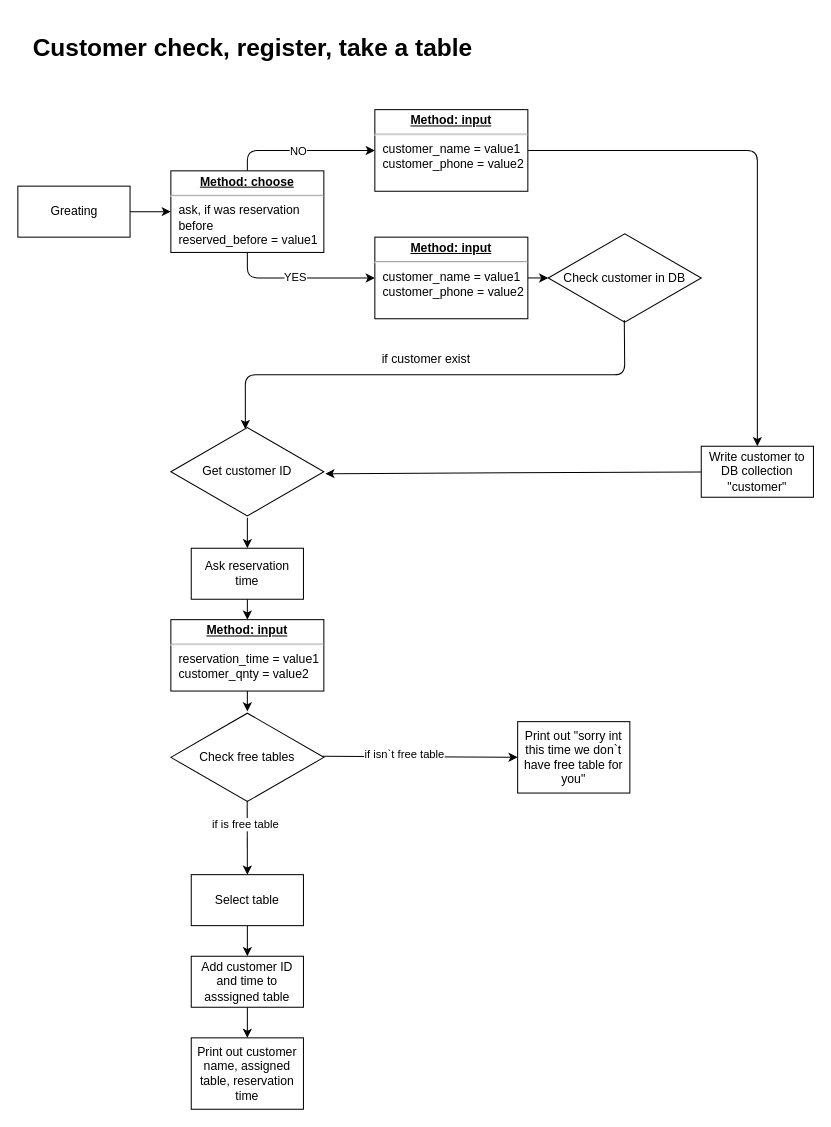
Earlier version of the draw.io diagram page "customer" (2 of 2) of draw_dio/mongodb.dio (giedriuzz/cafeteria). Source tidied: cells renumbered, new cells numbered last; positions are measured from the earlier drawing's top-left corner, leaving out a move shared by most shapes. Both pictures are drawn from the tidied source at 102%, with x=0, y=0 at pixel (17, 28).
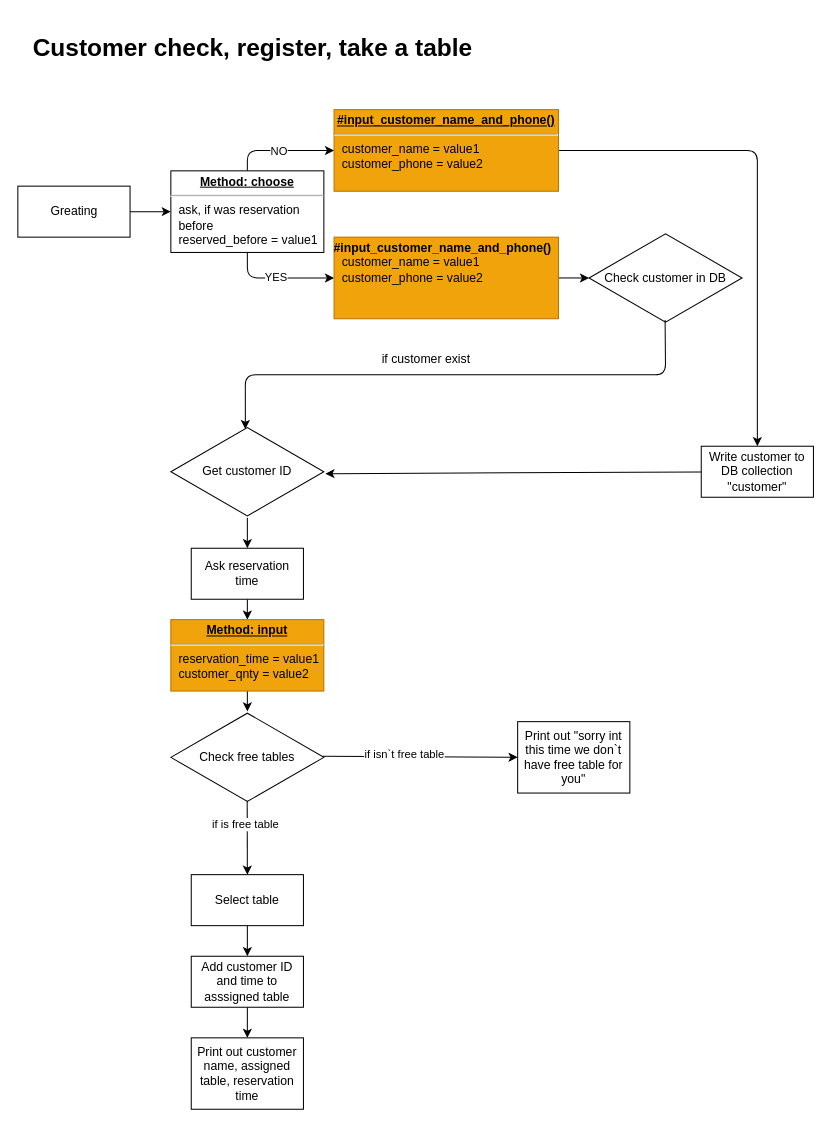
Above is the later version.

Unchanged cells that the change refers to:
```xml
<mxCell id="23" value="Get customer ID" style="html=1;whiteSpace=wrap;shape=isoRectangle;" parent="1" vertex="1">
  <mxGeometry x="150" y="390" width="150" height="90" as="geometry" />
</mxCell>
```

The edit, as a diff of the source:
```diff
@@
-    <mxCell id="5" value="&lt;p style=&quot;margin:0px;margin-top:4px;text-align:center;text-decoration:underline;&quot;&gt;&lt;b&gt;Method: input&lt;/b&gt;&lt;/p&gt;&lt;hr&gt;&lt;p style=&quot;margin:0px;margin-left:8px;&quot;&gt;customer_name = value1&lt;br&gt;customer_phone = value2&lt;br&gt;&lt;/p&gt;" style="verticalAlign=top;align=left;overflow=fill;fontSize=12;fontFamily=Helvetica;html=1;" parent="1" vertex="1">
-      <mxGeometry x="350" y="80" width="150" height="80" as="geometry" />
+    <mxCell id="5" value="&lt;p style=&quot;margin:0px;margin-top:4px;text-align:center;text-decoration:underline;&quot;&gt;&lt;b&gt;#input_customer_name_and_phone()&lt;/b&gt;&lt;/p&gt;&lt;hr&gt;&lt;p style=&quot;margin:0px;margin-left:8px;&quot;&gt;customer_name = value1&lt;br&gt;customer_phone = value2&lt;br&gt;&lt;/p&gt;" style="verticalAlign=top;align=left;overflow=fill;fontSize=12;fontFamily=Helvetica;html=1;whiteSpace=wrap;fillColor=#f0a30a;fontColor=#000000;strokeColor=#BD7000;" parent="1" vertex="1">
+      <mxGeometry x="310" y="80" width="220" height="80" as="geometry" />
     </mxCell>
@@
     <mxCell id="7" value="Check customer in DB" style="html=1;whiteSpace=wrap;shape=isoRectangle;" parent="1" vertex="1">
-      <mxGeometry x="520" y="200" width="150" height="90" as="geometry" />
+      <mxGeometry x="560" y="200" width="150" height="90" as="geometry" />
     </mxCell>
     <mxCell id="8" style="endArrow=classic;html=1;exitX=0.497;exitY=0.958;exitDx=0;exitDy=0;exitPerimeter=0;entryX=0.487;entryY=0.035;entryDx=0;entryDy=0;entryPerimeter=0;" parent="1" edge="1" source="7" target="23">
       <mxGeometry relative="1" as="geometry">
         <Array as="points">
-          <mxPoint x="595" y="340" />
+          <mxPoint x="635" y="340" />
           <mxPoint x="410" y="340" />
           <mxPoint x="223" y="340" />
         </Array>
       </mxGeometry>
     </mxCell>
@@
-    <mxCell id="25" value="&lt;p style=&quot;margin:0px;margin-top:4px;text-align:center;text-decoration:underline;&quot;&gt;&lt;b&gt;Method: input&lt;/b&gt;&lt;/p&gt;&lt;hr&gt;&lt;p style=&quot;margin:0px;margin-left:8px;&quot;&gt;reservation_time = value1&lt;br&gt;customer_qnty = value2&lt;br&gt;&lt;/p&gt;" style="verticalAlign=top;align=left;overflow=fill;fontSize=12;fontFamily=Helvetica;html=1;" parent="1" vertex="1">
+    <mxCell id="25" value="&lt;p style=&quot;margin:0px;margin-top:4px;text-align:center;text-decoration:underline;&quot;&gt;&lt;b&gt;Method: input&lt;/b&gt;&lt;/p&gt;&lt;hr&gt;&lt;p style=&quot;margin:0px;margin-left:8px;&quot;&gt;reservation_time = value1&lt;br&gt;customer_qnty = value2&lt;br&gt;&lt;/p&gt;" style="verticalAlign=top;align=left;overflow=fill;fontSize=12;fontFamily=Helvetica;html=1;fillColor=#f0a30a;fontColor=#000000;strokeColor=#BD7000;" parent="1" vertex="1">
       <mxGeometry x="150" y="580" width="150" height="70" as="geometry" />
     </mxCell>
@@
-    <mxCell id="34" value="&lt;p style=&quot;margin:0px;margin-top:4px;text-align:center;text-decoration:underline;&quot;&gt;&lt;b&gt;Method: input&lt;/b&gt;&lt;/p&gt;&lt;hr&gt;&lt;p style=&quot;margin:0px;margin-left:8px;&quot;&gt;customer_name = value1&lt;br&gt;customer_phone = value2&lt;br&gt;&lt;/p&gt;" style="verticalAlign=top;align=left;overflow=fill;fontSize=12;fontFamily=Helvetica;html=1;" parent="1" vertex="1">
-      <mxGeometry x="350" y="205" width="150" height="80" as="geometry" />
+    <mxCell id="34" value="&lt;p style=&quot;margin:0px;margin-top:4px;text-align:center;text-decoration:underline;&quot;&gt;&lt;/p&gt;&lt;b style=&quot;text-align: center;&quot;&gt;#input_customer_name_and_phone()&lt;/b&gt;&lt;p style=&quot;margin:0px;margin-left:8px;&quot;&gt;customer_name = value1&lt;br&gt;customer_phone = value2&lt;br&gt;&lt;/p&gt;" style="verticalAlign=top;align=left;overflow=fill;fontSize=12;fontFamily=Helvetica;html=1;whiteSpace=wrap;fillColor=#f0a30a;fontColor=#000000;strokeColor=#BD7000;" parent="1" vertex="1">
+      <mxGeometry x="310" y="205" width="220" height="80" as="geometry" />
     </mxCell>
```
